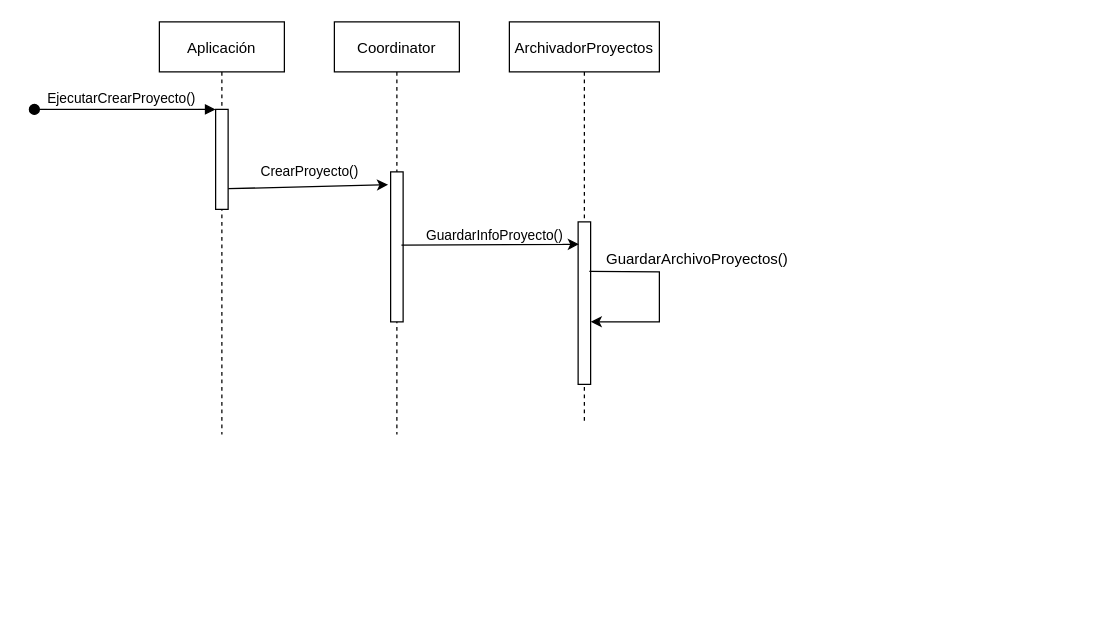
DPOO-SEC3-HernandezGalvanSanchez/Proyecto-1 keeps this draw.io diagram as Entrega 2/Untitled Diagram.drawio. Above is the earlier version. Source tidied: cells renumbered, new cells numbered last; positions are measured from the earlier drawing's top-left corner, leaving out a move shared by most shapes. Both pictures are drawn from the tidied source at 125%, with x=0, y=0 at pixel (34, 21).
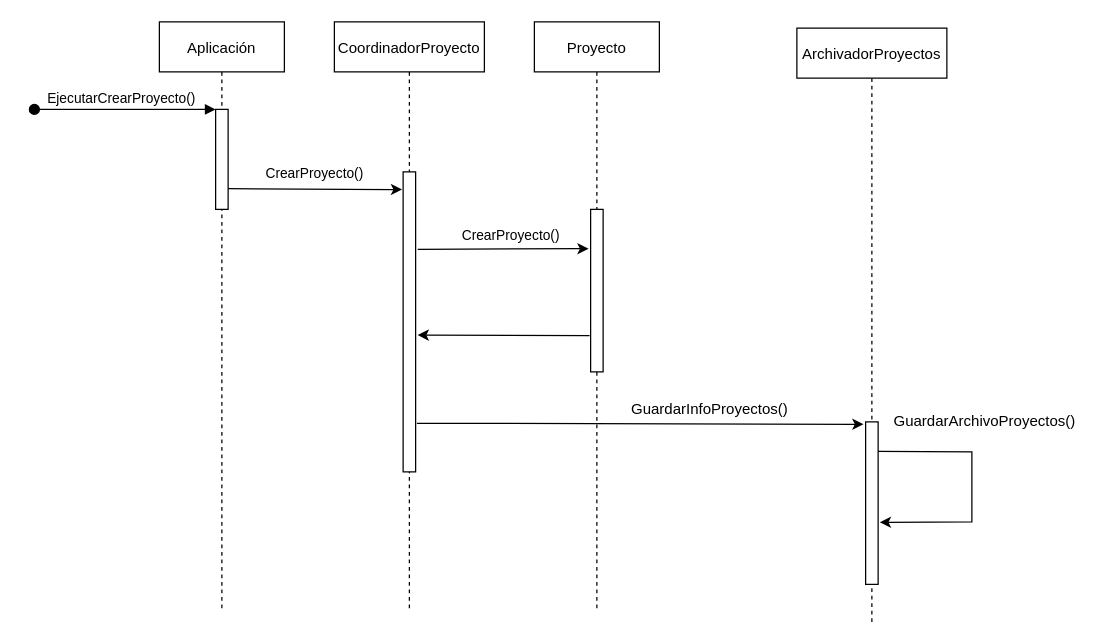
After the change.

Commit message:
Cambios Crear Proyecto

Unchanged cells that the change refers to:
```xml
<mxCell id="3" style="points=[];perimeter=orthogonalPerimeter;rounded=0;shadow=0;strokeWidth=1;" parent="2" vertex="1">
  <mxGeometry x="45" y="70" width="10" height="80" as="geometry" />
</mxCell>
```

What changed in the source:
```diff
@@
     <mxCell id="2" value="Aplicación" style="shape=umlLifeline;perimeter=lifelinePerimeter;rounded=0;shadow=0;strokeWidth=1;" parent="1" vertex="1">
-      <mxGeometry x="100" width="100" height="330" as="geometry" />
+      <mxGeometry x="100" width="100" height="470" as="geometry" />
     </mxCell>
@@
-    <mxCell id="5" value="Coordinator" style="shape=umlLifeline;perimeter=lifelinePerimeter;rounded=0;shadow=0;strokeWidth=1;" parent="1" vertex="1">
-      <mxGeometry x="240" width="100" height="330" as="geometry" />
+    <mxCell id="5" value="CoordinadorProyecto" style="shape=umlLifeline;perimeter=lifelinePerimeter;rounded=0;shadow=0;strokeWidth=1;" parent="1" vertex="1">
+      <mxGeometry x="240" width="120" height="470" as="geometry" />
     </mxCell>
     <mxCell id="6" style="points=[];perimeter=orthogonalPerimeter;rounded=0;shadow=0;strokeWidth=1;" parent="5" vertex="1">
-      <mxGeometry x="45" y="120" width="10" height="120" as="geometry" />
+      <mxGeometry x="55" y="120" width="10" height="240" as="geometry" />
     </mxCell>
     <mxCell id="7" value="ArchivadorProyectos" style="shape=umlLifeline;perimeter=lifelinePerimeter;rounded=0;shadow=0;strokeWidth=1;size=40;" parent="1" vertex="1">
-      <mxGeometry x="380" width="120" height="320" as="geometry" />
+      <mxGeometry x="610" y="5" width="120" height="475" as="geometry" />
     </mxCell>
     <mxCell id="8" style="points=[];perimeter=orthogonalPerimeter;rounded=0;shadow=0;strokeWidth=1;" parent="7" vertex="1">
-      <mxGeometry x="55" y="160" width="10" height="130" as="geometry" />
+      <mxGeometry x="55" y="315" width="10" height="130" as="geometry" />
     </mxCell>
-    <mxCell id="9" style="endArrow=classic;html=1;rounded=0;entryX=1.003;entryY=0.615;entryDx=0;entryDy=0;entryPerimeter=0;exitX=0.9;exitY=0.305;exitDx=0;exitDy=0;exitPerimeter=0;" parent="7" edge="1" source="8" target="8">
+    <mxCell id="9" style="endArrow=classic;html=1;rounded=0;exitX=0.99;exitY=0.182;exitDx=0;exitDy=0;exitPerimeter=0;entryX=1.133;entryY=0.618;entryDx=0;entryDy=0;entryPerimeter=0;" parent="7" edge="1" source="8" target="8">
       <mxGeometry relative="1" as="geometry">
         <Array as="points">
-          <mxPoint x="120" y="200" />
-          <mxPoint x="120" y="240" />
+          <mxPoint x="140" y="339" />
+          <mxPoint x="140" y="395" />
         </Array>
       </mxGeometry>
     </mxCell>
-    <mxCell id="10" style="endArrow=classic;html=1;rounded=0;exitX=1.013;exitY=0.793;exitDx=0;exitDy=0;exitPerimeter=0;entryX=-0.2;entryY=0.086;entryDx=0;entryDy=0;entryPerimeter=0;" parent="1" edge="1" source="3" target="6">
+    <mxCell id="10" style="endArrow=classic;html=1;rounded=0;exitX=1.013;exitY=0.793;exitDx=0;exitDy=0;exitPerimeter=0;entryX=-0.08;entryY=0.059;entryDx=0;entryDy=0;entryPerimeter=0;" parent="1" edge="1" source="3" target="6">
       <mxGeometry relative="1" as="geometry" />
     </mxCell>
@@
+    <mxCell id="14" value="GuardarArchivoProyectos()" style="text;html=1;align=center;verticalAlign=middle;strokeColor=none;fillColor=none;" parent="1" vertex="1">
+      <mxGeometry x="680" y="310" width="160" height="20" as="geometry" />
+    </mxCell>
+    <mxCell id="15" value="Proyecto" style="shape=umlLifeline;perimeter=lifelinePerimeter;rounded=0;shadow=0;strokeWidth=1;" parent="1" vertex="1">
+      <mxGeometry x="400" width="100" height="470" as="geometry" />
+    </mxCell>
+    <mxCell id="16" style="points=[];perimeter=orthogonalPerimeter;rounded=0;shadow=0;strokeWidth=1;" parent="15" vertex="1">
+      <mxGeometry x="45" y="150" width="10" height="130" as="geometry" />
+    </mxCell>
+    <mxCell id="17" value="CrearProyecto()" style="edgeLabel;html=1;align=center;verticalAlign=middle;" parent="1" vertex="1">
+      <mxGeometry x="380" y="170" as="geometry" />
+    </mxCell>
+    <mxCell id="18" style="endArrow=classic;html=1;rounded=0;exitX=1.167;exitY=0.258;exitDx=0;exitDy=0;exitPerimeter=0;entryX=-0.16;entryY=0.242;entryDx=0;entryDy=0;entryPerimeter=0;" parent="1" edge="1" source="6" target="16">
+      <mxGeometry relative="1" as="geometry" />
+    </mxCell>
+    <mxCell id="19" style="endArrow=classic;html=1;rounded=0;exitX=-0.08;exitY=0.777;exitDx=0;exitDy=0;exitPerimeter=0;entryX=1.16;entryY=0.544;entryDx=0;entryDy=0;entryPerimeter=0;" parent="1" edge="1" source="16" target="6">
+      <mxGeometry relative="1" as="geometry" />
+    </mxCell>
-    <mxCell id="12" style="endArrow=classic;html=1;rounded=0;exitX=0.867;exitY=0.489;exitDx=0;exitDy=0;exitPerimeter=0;entryX=0.067;entryY=0.138;entryDx=0;entryDy=0;entryPerimeter=0;" parent="1" edge="1" source="6" target="8">
+    <mxCell id="12" style="endArrow=classic;html=1;rounded=0;exitX=1.1;exitY=0.838;exitDx=0;exitDy=0;exitPerimeter=0;entryX=-0.167;entryY=0.015;entryDx=0;entryDy=0;entryPerimeter=0;" parent="1" edge="1" source="6" target="8">
       <mxGeometry relative="1" as="geometry" />
     </mxCell>
-    <mxCell id="13" value="GuardarInfoProyecto()" style="edgeLabel;html=1;align=center;verticalAlign=middle;" parent="1" vertex="1">
-      <mxGeometry x="360" y="30" as="geometry">
-        <mxPoint x="7" y="140" as="offset" />
-      </mxGeometry>
-    </mxCell>
-    <mxCell id="14" value="GuardarArchivoProyectos()" style="text;html=1;align=center;verticalAlign=middle;strokeColor=none;fillColor=none;" parent="1" vertex="1">
-      <mxGeometry x="450" y="180" width="160" height="20" as="geometry" />
-    </mxCell>
+    <mxCell id="20" value="GuardarInfoProyectos()" style="text;html=1;align=center;verticalAlign=middle;strokeColor=none;fillColor=none;" parent="1" vertex="1">
+      <mxGeometry x="470" y="300" width="140" height="20" as="geometry" />
+    </mxCell>
```
